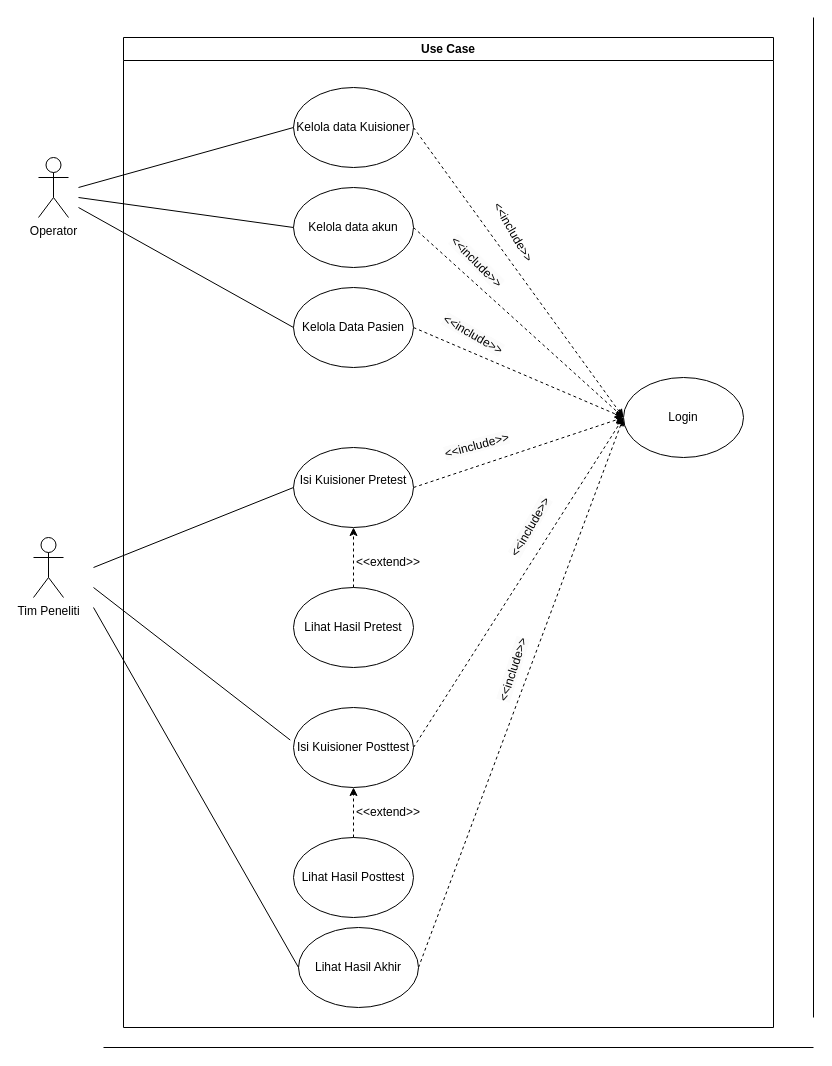
This is use_case_tugas_akhir.drawio from zzarr/Tugas-Akhir, a draw.io file, before an edit. Source tidied: cells renumbered, new cells numbered last; positions are measured from the earlier drawing's top-left corner, leaving out a move shared by most shapes. Both pictures are drawn from the tidied source at 100%, with x=0, y=0 at pixel (33, 17).
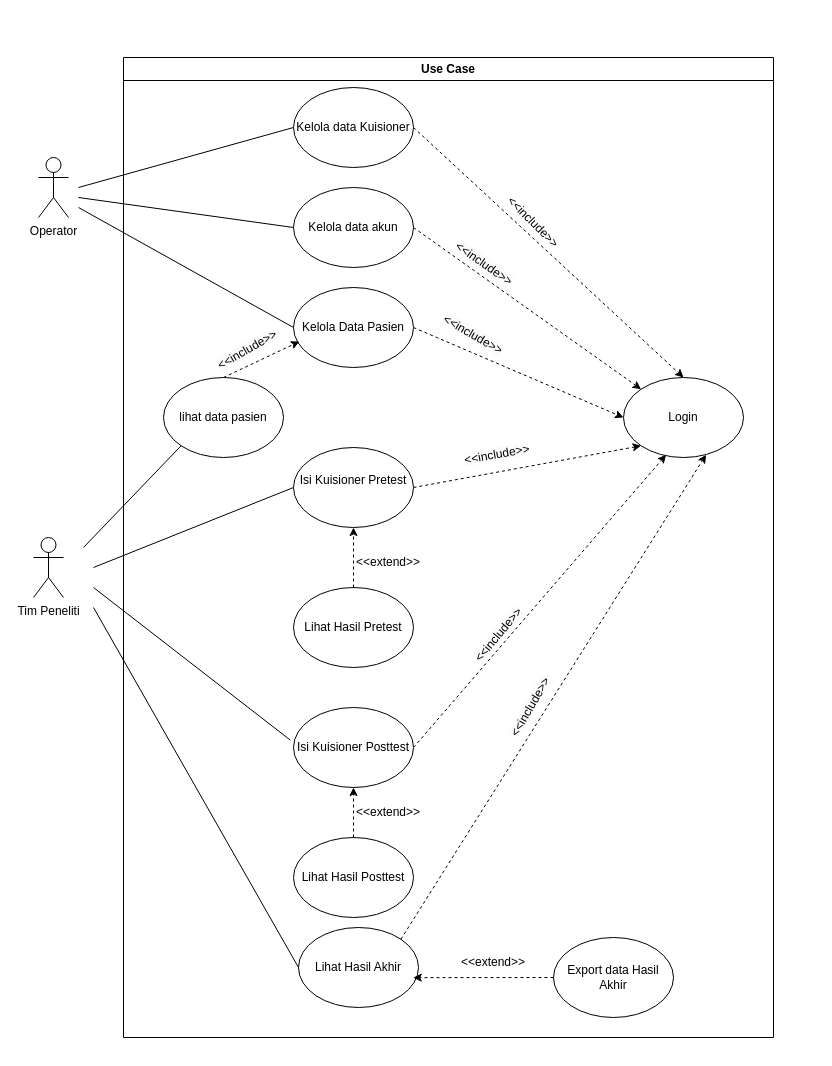
After the change.

Unchanged cells that the change refers to:
```xml
<mxCell id="4" value="Kelola data Kuisioner" style="ellipse;whiteSpace=wrap;html=1;" parent="1" vertex="1">
  <mxGeometry x="260" y="70" width="120" height="80" as="geometry" />
</mxCell>
<mxCell id="6" value="Kelola data akun" style="ellipse;whiteSpace=wrap;html=1;" parent="1" vertex="1">
  <mxGeometry x="260" y="170" width="120" height="80" as="geometry" />
</mxCell>
<mxCell id="8" value="Kelola Data Pasien" style="ellipse;whiteSpace=wrap;html=1;" parent="1" vertex="1">
  <mxGeometry x="260" y="270" width="120" height="80" as="geometry" />
</mxCell>
<mxCell id="14" value="&#10;Isi Kuisioner Pretest&#10;&#10;" style="ellipse;whiteSpace=wrap;html=1;" parent="1" vertex="1">
  <mxGeometry x="260" y="430" width="120" height="80" as="geometry" />
</mxCell>
<mxCell id="16" value="Isi Kuisioner Posttest" style="ellipse;whiteSpace=wrap;html=1;" parent="1" vertex="1">
  <mxGeometry x="260" y="690" width="120" height="80" as="geometry" />
</mxCell>
<mxCell id="26" value="Lihat Hasil Akhir" style="ellipse;whiteSpace=wrap;html=1;" parent="1" vertex="1">
  <mxGeometry x="265" y="910" width="120" height="80" as="geometry" />
</mxCell>
<mxCell id="27" value="Login" style="ellipse;whiteSpace=wrap;html=1;" parent="1" vertex="1">
  <mxGeometry x="590" y="360" width="120" height="80" as="geometry" />
</mxCell>
```

Diff of the diagram source:
```diff
@@
-    <mxCell id="3" style="rounded=0;jettySize=auto;html=1;exitX=1;exitY=0.5;exitDx=0;exitDy=0;entryX=0;entryY=0.5;entryDx=0;entryDy=0;dashed=1;" parent="1" edge="1" source="4" target="27">
-      <mxGeometry relative="1" as="geometry" />
-    </mxCell>
@@
-    <mxCell id="5" style="rounded=0;jettySize=auto;html=1;exitX=1;exitY=0.5;exitDx=0;exitDy=0;dashed=1;" parent="1" edge="1" source="6">
-      <mxGeometry relative="1" as="geometry">
-        <mxPoint x="590" y="400" as="targetPoint" />
-      </mxGeometry>
-    </mxCell>
@@
-    <mxCell id="13" style="rounded=0;jettySize=auto;html=1;exitX=1;exitY=0.5;exitDx=0;exitDy=0;entryX=0;entryY=0.5;entryDx=0;entryDy=0;dashed=1;" parent="1" edge="1" source="14" target="27">
+    <mxCell id="13" style="rounded=0;jettySize=auto;html=1;exitX=1;exitY=0.5;exitDx=0;exitDy=0;entryX=0;entryY=1;entryDx=0;entryDy=0;dashed=1;" parent="1" edge="1" source="14" target="27">
       <mxGeometry relative="1" as="geometry" />
     </mxCell>
@@
-    <mxCell id="15" style="rounded=0;jettySize=auto;html=1;exitX=1;exitY=0.5;exitDx=0;exitDy=0;entryX=0;entryY=0.5;entryDx=0;entryDy=0;dashed=1;" parent="1" edge="1" source="16" target="27">
+    <mxCell id="15" style="rounded=0;jettySize=auto;html=1;exitX=1;exitY=0.5;exitDx=0;exitDy=0;dashed=1;entryX=0.355;entryY=0.966;entryDx=0;entryDy=0;entryPerimeter=0;" parent="1" edge="1" source="16" target="27">
       <mxGeometry relative="1" as="geometry" />
     </mxCell>
@@
-    <mxCell id="25" style="rounded=0;jettySize=auto;html=1;exitX=1;exitY=0.5;exitDx=0;exitDy=0;entryX=0;entryY=0.5;entryDx=0;entryDy=0;dashed=1;" parent="1" edge="1" source="26" target="27">
-      <mxGeometry relative="1" as="geometry" />
-    </mxCell>
@@
+    <mxCell id="30" value="&lt;span style=&quot;color: rgb(0, 0, 0); font-family: Helvetica; font-size: 12px; font-style: normal; font-variant-ligatures: normal; font-variant-caps: normal; font-weight: 400; letter-spacing: normal; orphans: 2; text-align: center; text-indent: 0px; text-transform: none; widows: 2; word-spacing: 0px; -webkit-text-stroke-width: 0px; white-space: normal; background-color: rgb(251, 251, 251); text-decoration-thickness: initial; text-decoration-style: initial; text-decoration-color: initial; display: inline !important; float: none;&quot;&gt;&amp;lt;&amp;lt;include&amp;gt;&amp;gt;&lt;/span&gt;" style="text;whiteSpace=wrap;html=1;rotation=30;" parent="1" vertex="1">
+      <mxGeometry x="400" y="310" width="100" height="40" as="geometry" />
+    </mxCell>
+    <mxCell id="34" value="Use Case" style="swimlane;whiteSpace=wrap;html=1;" parent="1" vertex="1">
+      <mxGeometry x="90" y="40" width="650" height="980" as="geometry" />
+    </mxCell>
+    <mxCell id="38" value="Export data Hasil Akhir" style="ellipse;whiteSpace=wrap;html=1;" parent="34" vertex="1">
+      <mxGeometry x="430" y="880" width="120" height="80" as="geometry" />
+    </mxCell>
+    <mxCell id="39" value="&amp;lt;&amp;lt;extend&amp;gt;&amp;gt;" style="text;html=1;align=center;verticalAlign=middle;whiteSpace=wrap;rounded=0;" parent="34" vertex="1">
+      <mxGeometry x="340" y="890" width="60" height="30" as="geometry" />
+    </mxCell>
+    <mxCell id="33" value="&lt;span style=&quot;color: rgb(0, 0, 0); font-family: Helvetica; font-size: 12px; font-style: normal; font-variant-ligatures: normal; font-variant-caps: normal; font-weight: 400; letter-spacing: normal; orphans: 2; text-align: center; text-indent: 0px; text-transform: none; widows: 2; word-spacing: 0px; -webkit-text-stroke-width: 0px; white-space: normal; background-color: rgb(251, 251, 251); text-decoration-thickness: initial; text-decoration-style: initial; text-decoration-color: initial; display: inline !important; float: none;&quot;&gt;&amp;lt;&amp;lt;include&amp;gt;&amp;gt;&lt;/span&gt;" style="text;whiteSpace=wrap;html=1;rotation=-60;" parent="34" vertex="1">
+      <mxGeometry x="370" y="620" width="100" height="40" as="geometry" />
+    </mxCell>
+    <mxCell id="32" value="&lt;span style=&quot;color: rgb(0, 0, 0); font-family: Helvetica; font-size: 12px; font-style: normal; font-variant-ligatures: normal; font-variant-caps: normal; font-weight: 400; letter-spacing: normal; orphans: 2; text-align: center; text-indent: 0px; text-transform: none; widows: 2; word-spacing: 0px; -webkit-text-stroke-width: 0px; white-space: normal; background-color: rgb(251, 251, 251); text-decoration-thickness: initial; text-decoration-style: initial; text-decoration-color: initial; display: inline !important; float: none;&quot;&gt;&amp;lt;&amp;lt;include&amp;gt;&amp;gt;&lt;/span&gt;" style="text;whiteSpace=wrap;html=1;rotation=-50;" parent="34" vertex="1">
+      <mxGeometry x="340" y="550" width="100" height="40" as="geometry" />
+    </mxCell>
+    <mxCell id="31" value="&lt;span style=&quot;color: rgb(0, 0, 0); font-family: Helvetica; font-size: 12px; font-style: normal; font-variant-ligatures: normal; font-variant-caps: normal; font-weight: 400; letter-spacing: normal; orphans: 2; text-align: center; text-indent: 0px; text-transform: none; widows: 2; word-spacing: 0px; -webkit-text-stroke-width: 0px; white-space: normal; background-color: rgb(251, 251, 251); text-decoration-thickness: initial; text-decoration-style: initial; text-decoration-color: initial; display: inline !important; float: none;&quot;&gt;&amp;lt;&amp;lt;include&amp;gt;&amp;gt;&lt;/span&gt;" style="text;whiteSpace=wrap;html=1;rotation=-10;" parent="34" vertex="1">
+      <mxGeometry x="340" y="380" width="100" height="40" as="geometry" />
+    </mxCell>
-    <mxCell id="28" value="&amp;lt;&amp;lt;include&amp;gt;&amp;gt;" style="text;html=1;align=center;verticalAlign=middle;whiteSpace=wrap;rounded=0;rotation=60;" parent="1" vertex="1">
-      <mxGeometry x="450" y="200" width="60" height="30" as="geometry" />
+    <mxCell id="28" value="&amp;lt;&amp;lt;include&amp;gt;&amp;gt;" style="text;html=1;align=center;verticalAlign=middle;whiteSpace=wrap;rounded=0;rotation=45;" parent="34" vertex="1">
+      <mxGeometry x="380" y="150" width="60" height="30" as="geometry" />
     </mxCell>
-    <mxCell id="29" value="&lt;span style=&quot;color: rgb(0, 0, 0); font-family: Helvetica; font-size: 12px; font-style: normal; font-variant-ligatures: normal; font-variant-caps: normal; font-weight: 400; letter-spacing: normal; orphans: 2; text-align: center; text-indent: 0px; text-transform: none; widows: 2; word-spacing: 0px; -webkit-text-stroke-width: 0px; white-space: normal; background-color: rgb(251, 251, 251); text-decoration-thickness: initial; text-decoration-style: initial; text-decoration-color: initial; display: inline !important; float: none;&quot;&gt;&amp;lt;&amp;lt;include&amp;gt;&amp;gt;&lt;/span&gt;" style="text;whiteSpace=wrap;html=1;rotation=45;" parent="1" vertex="1">
-      <mxGeometry x="400" y="240" width="100" height="40" as="geometry" />
+    <mxCell id="29" value="&lt;span style=&quot;color: rgb(0, 0, 0); font-family: Helvetica; font-size: 12px; font-style: normal; font-variant-ligatures: normal; font-variant-caps: normal; font-weight: 400; letter-spacing: normal; orphans: 2; text-align: center; text-indent: 0px; text-transform: none; widows: 2; word-spacing: 0px; -webkit-text-stroke-width: 0px; white-space: normal; background-color: rgb(251, 251, 251); text-decoration-thickness: initial; text-decoration-style: initial; text-decoration-color: initial; display: inline !important; float: none;&quot;&gt;&amp;lt;&amp;lt;include&amp;gt;&amp;gt;&lt;/span&gt;" style="text;whiteSpace=wrap;html=1;rotation=35;" parent="34" vertex="1">
+      <mxGeometry x="320" y="200" width="100" height="40" as="geometry" />
     </mxCell>
-    <mxCell id="30" value="&lt;span style=&quot;color: rgb(0, 0, 0); font-family: Helvetica; font-size: 12px; font-style: normal; font-variant-ligatures: normal; font-variant-caps: normal; font-weight: 400; letter-spacing: normal; orphans: 2; text-align: center; text-indent: 0px; text-transform: none; widows: 2; word-spacing: 0px; -webkit-text-stroke-width: 0px; white-space: normal; background-color: rgb(251, 251, 251); text-decoration-thickness: initial; text-decoration-style: initial; text-decoration-color: initial; display: inline !important; float: none;&quot;&gt;&amp;lt;&amp;lt;include&amp;gt;&amp;gt;&lt;/span&gt;" style="text;whiteSpace=wrap;html=1;rotation=30;" parent="1" vertex="1">
-      <mxGeometry x="400" y="310" width="100" height="40" as="geometry" />
-    </mxCell>
-    <mxCell id="31" value="&lt;span style=&quot;color: rgb(0, 0, 0); font-family: Helvetica; font-size: 12px; font-style: normal; font-variant-ligatures: normal; font-variant-caps: normal; font-weight: 400; letter-spacing: normal; orphans: 2; text-align: center; text-indent: 0px; text-transform: none; widows: 2; word-spacing: 0px; -webkit-text-stroke-width: 0px; white-space: normal; background-color: rgb(251, 251, 251); text-decoration-thickness: initial; text-decoration-style: initial; text-decoration-color: initial; display: inline !important; float: none;&quot;&gt;&amp;lt;&amp;lt;include&amp;gt;&amp;gt;&lt;/span&gt;" style="text;whiteSpace=wrap;html=1;rotation=-15;" parent="1" vertex="1">
-      <mxGeometry x="410" y="410" width="100" height="40" as="geometry" />
-    </mxCell>
-    <mxCell id="32" value="&lt;span style=&quot;color: rgb(0, 0, 0); font-family: Helvetica; font-size: 12px; font-style: normal; font-variant-ligatures: normal; font-variant-caps: normal; font-weight: 400; letter-spacing: normal; orphans: 2; text-align: center; text-indent: 0px; text-transform: none; widows: 2; word-spacing: 0px; -webkit-text-stroke-width: 0px; white-space: normal; background-color: rgb(251, 251, 251); text-decoration-thickness: initial; text-decoration-style: initial; text-decoration-color: initial; display: inline !important; float: none;&quot;&gt;&amp;lt;&amp;lt;include&amp;gt;&amp;gt;&lt;/span&gt;" style="text;whiteSpace=wrap;html=1;rotation=-60;" parent="1" vertex="1">
-      <mxGeometry x="460" y="480" width="100" height="40" as="geometry" />
-    </mxCell>
-    <mxCell id="33" value="&lt;span style=&quot;color: rgb(0, 0, 0); font-family: Helvetica; font-size: 12px; font-style: normal; font-variant-ligatures: normal; font-variant-caps: normal; font-weight: 400; letter-spacing: normal; orphans: 2; text-align: center; text-indent: 0px; text-transform: none; widows: 2; word-spacing: 0px; -webkit-text-stroke-width: 0px; white-space: normal; background-color: rgb(251, 251, 251); text-decoration-thickness: initial; text-decoration-style: initial; text-decoration-color: initial; display: inline !important; float: none;&quot;&gt;&amp;lt;&amp;lt;include&amp;gt;&amp;gt;&lt;/span&gt;" style="text;whiteSpace=wrap;html=1;rotation=-72;" parent="1" vertex="1">
-      <mxGeometry x="440" y="620" width="100" height="40" as="geometry" />
-    </mxCell>
-    <mxCell id="34" value="Use Case" style="swimlane;whiteSpace=wrap;html=1;" parent="1" vertex="1">
-      <mxGeometry x="90" y="20" width="650" height="990" as="geometry" />
-    </mxCell>
-    <mxCell id="35" style="endArrow=none;html=1;rounded=0;" parent="1" edge="1">
-      <mxGeometry relative="1" as="geometry">
-        <mxPoint x="780" y="1000" as="sourcePoint" />
-        <mxPoint x="780" as="targetPoint" />
-      </mxGeometry>
-    </mxCell>
-    <mxCell id="36" style="endArrow=none;html=1;rounded=0;" parent="1" edge="1">
-      <mxGeometry relative="1" as="geometry">
-        <mxPoint x="70" y="1030" as="sourcePoint" />
-        <mxPoint x="780" y="1030" as="targetPoint" />
-      </mxGeometry>
-    </mxCell>
+    <mxCell id="40" value="lihat data pasien" style="ellipse;whiteSpace=wrap;html=1;" parent="34" vertex="1">
+      <mxGeometry x="40" y="320" width="120" height="80" as="geometry" />
+    </mxCell>
+    <mxCell id="41" value="&lt;span style=&quot;color: rgb(0, 0, 0); font-family: Helvetica; font-size: 12px; font-style: normal; font-variant-ligatures: normal; font-variant-caps: normal; font-weight: 400; letter-spacing: normal; orphans: 2; text-align: center; text-indent: 0px; text-transform: none; widows: 2; word-spacing: 0px; -webkit-text-stroke-width: 0px; white-space: normal; background-color: rgb(251, 251, 251); text-decoration-thickness: initial; text-decoration-style: initial; text-decoration-color: initial; display: inline !important; float: none;&quot;&gt;&amp;lt;&amp;lt;include&amp;gt;&amp;gt;&lt;/span&gt;" style="text;whiteSpace=wrap;html=1;rotation=-30;" parent="34" vertex="1">
+      <mxGeometry x="90" y="270" width="100" height="40" as="geometry" />
+    </mxCell>
@@
+    <mxCell id="42" style="rounded=0;jettySize=auto;html=1;exitX=0;exitY=0.5;exitDx=0;exitDy=0;entryX=0.956;entryY=0.627;entryDx=0;entryDy=0;entryPerimeter=0;dashed=1;" parent="1" edge="1" source="38" target="26">
+      <mxGeometry relative="1" as="geometry" />
+    </mxCell>
+    <mxCell id="3" style="rounded=0;jettySize=auto;html=1;exitX=1;exitY=0.5;exitDx=0;exitDy=0;entryX=0.5;entryY=0;entryDx=0;entryDy=0;dashed=1;" parent="1" edge="1" source="4" target="27">
+      <mxGeometry relative="1" as="geometry" />
+    </mxCell>
+    <mxCell id="5" style="rounded=0;jettySize=auto;html=1;exitX=1;exitY=0.5;exitDx=0;exitDy=0;dashed=1;entryX=0;entryY=0;entryDx=0;entryDy=0;" parent="1" edge="1" source="6" target="27">
+      <mxGeometry relative="1" as="geometry" />
+    </mxCell>
+    <mxCell id="25" style="rounded=0;jettySize=auto;html=1;exitX=1;exitY=0;exitDx=0;exitDy=0;dashed=1;entryX=0.688;entryY=0.966;entryDx=0;entryDy=0;entryPerimeter=0;" parent="1" edge="1" source="26" target="27">
+      <mxGeometry relative="1" as="geometry" />
+    </mxCell>
+    <mxCell id="43" style="rounded=0;jettySize=auto;html=1;exitX=0.5;exitY=0;exitDx=0;exitDy=0;entryX=0.05;entryY=0.675;entryDx=0;entryDy=0;entryPerimeter=0;dashed=1;" parent="1" edge="1" source="40" target="8">
+      <mxGeometry relative="1" as="geometry" />
+    </mxCell>
+    <mxCell id="44" style="endArrow=none;html=1;rounded=0;entryX=0;entryY=1;entryDx=0;entryDy=0;" parent="1" edge="1" target="40">
+      <mxGeometry relative="1" as="geometry">
+        <mxPoint x="50" y="530" as="sourcePoint" />
+      </mxGeometry>
+    </mxCell>
```
